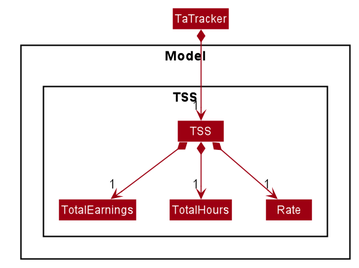
This is images/TssModelClassDiagram.png from aakanksha-rai/main, a PlantUML export, as it was before one commit. Its diagram source:
```plantuml
@startuml








skinparam BackgroundColor #FFFFFFF

skinparam Shadowing false

skinparam Class {
    FontColor #FFFFFF
    BorderThickness 1
    BorderColor #FFFFFF
    StereotypeFontColor #FFFFFF
    FontName Arial
}

skinparam Actor {
    BorderColor #000000
    Color #000000
    FontName Arial
}

skinparam Sequence {
    MessageAlign center
    BoxFontSize 15
    BoxPadding 0
    BoxFontColor #FFFFFF
    FontName Arial
}

skinparam Participant {
    FontColor #FFFFFFF
    Padding 20
}

skinparam MinClassWidth 50
skinparam ParticipantPadding 10
skinparam Shadowing false
skinparam DefaultTextAlignment center
skinparam packageStyle Rectangle

hide footbox
hide members
hide circle
package Model {

skinparam arrowThickness 1.1
skinparam arrowColor #9D0012
skinparam classBackgroundColor #9D0012

Package Model <<Rectangle>> {
package TSS {
class TSS
class TotalEarnings
class TotalHours
class Rate
}
}

Class HiddenOutside #FFFFFF

TaTracker *--> "1" TSS
TSS *-->"1" TotalEarnings
TSS *-->"1" TotalHours
TSS *-->"1" Rate

@enduml
```
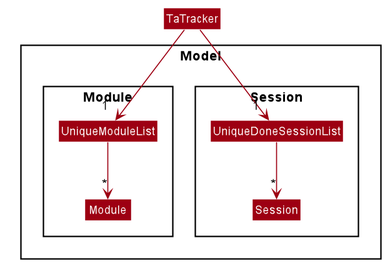
Later version of the same file.

What changed in the source:
```diff
@@ -54,19 +54,22 @@
 skinparam classBackgroundColor #9D0012
 
 Package Model <<Rectangle>> {
-package TSS {
-class TSS
-class TotalEarnings
-class TotalHours
-class Rate
+package Session {
+class Session
+class UniqueDoneSessionList
+}
+package Module {
+class Module
+class UniqueModuleList
 }
 }
 
 Class HiddenOutside #FFFFFF
 
-TaTracker *--> "1" TSS
-TSS *-->"1" TotalEarnings
-TSS *-->"1" TotalHours
-TSS *-->"1" Rate
+TaTracker --> "1 " UniqueDoneSessionList
+UniqueModuleList -down-> "*" Module
+TaTracker -down-> "1  " UniqueModuleList
+UniqueDoneSessionList --> "*" Session
+
 
 @enduml
```
